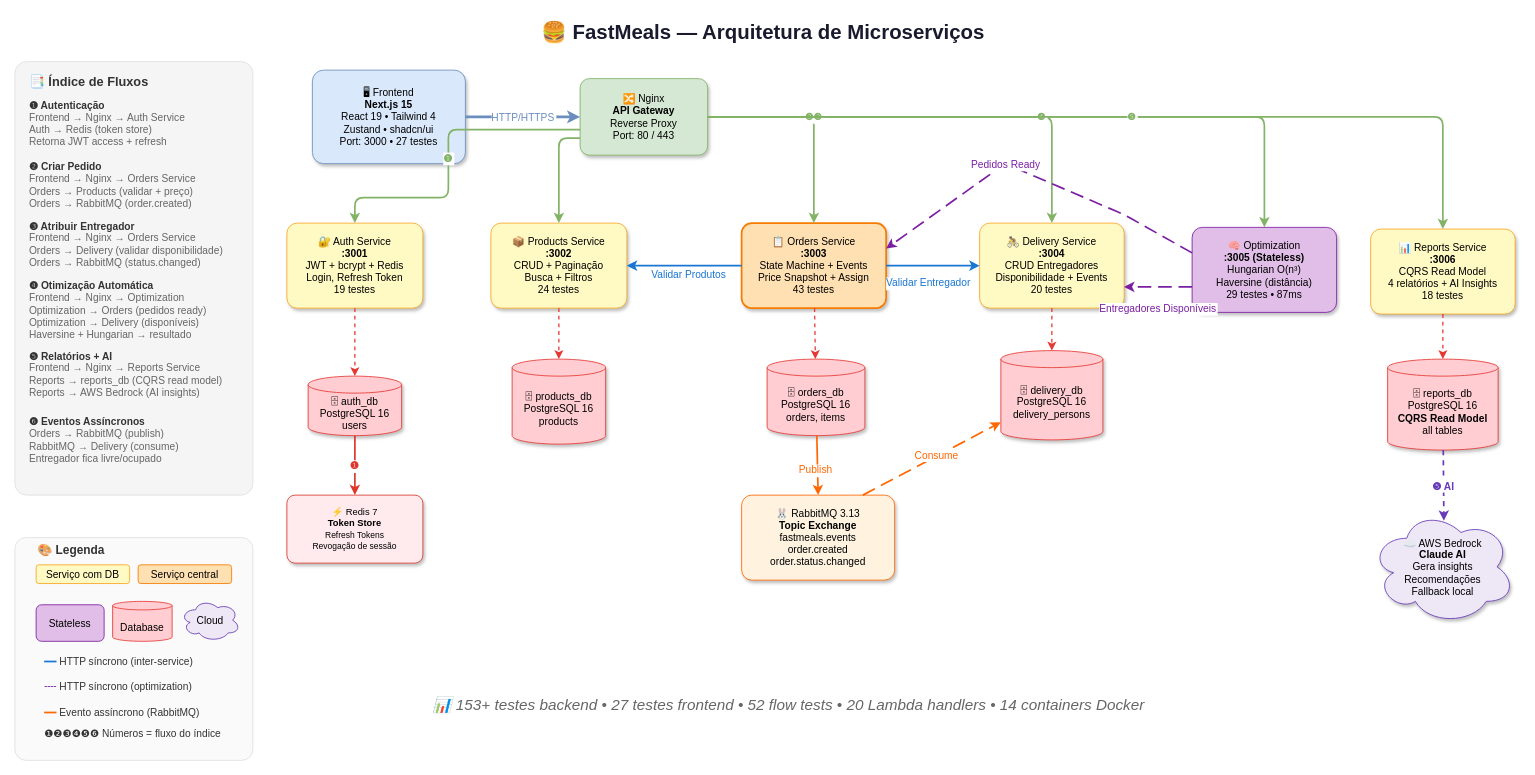
The draw.io diagram docs/diagrams/xml/01-architecture-overview.drawio in vynnydev/fastmeals, before the edit. Source tidied: cells renumbered, new cells numbered last; positions are measured from the earlier drawing's top-left corner, leaving out a move shared by most shapes. Both pictures are drawn from the tidied source at 85%, with x=0, y=0 at pixel (14, 14).
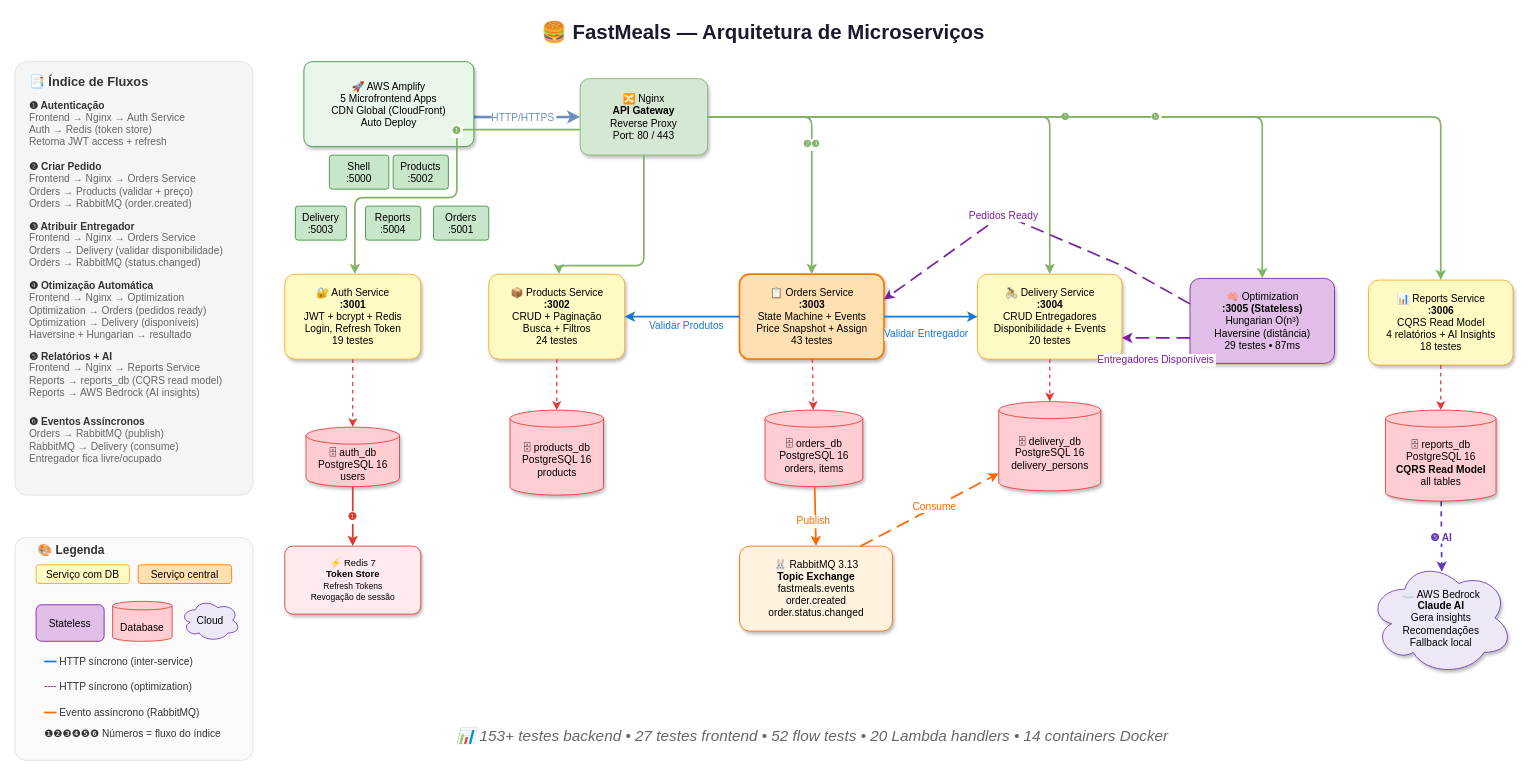
Above is the later version.

Commit message (it also covers changes not shown here):
docs: update general architecture image and add microservices image

Unchanged cells that the change refers to:
```xml
<mxCell id="12" value="&lt;font&gt;🔀 Nginx&lt;br&gt;&lt;b style=&quot;&quot;&gt;API Gateway&lt;/b&gt;&lt;br&gt;&lt;font style=&quot;&quot;&gt;Reverse Proxy&lt;br&gt;Port: 80 / 443&lt;/font&gt;&lt;/font&gt;" style="rounded=1;whiteSpace=wrap;html=1;fillColor=#d5e8d4;strokeColor=#82b366;fontSize=12;shadow=1;arcSize=12;" parent="1" vertex="1">
  <mxGeometry x="665" y="75" width="150" height="90" as="geometry" />
</mxCell>
```

What changed in the source:
```diff
@@
-    <mxCell id="11" value="&lt;font&gt;🖥 Frontend&lt;br&gt;&lt;b style=&quot;&quot;&gt;Next.js 15&lt;/b&gt;&lt;br&gt;&lt;font style=&quot;&quot;&gt;React 19 • Tailwind 4&lt;br&gt;Zustand • shadcn/ui&lt;br&gt;Port: 3000 • 27 testes&lt;/font&gt;&lt;/font&gt;" style="rounded=1;whiteSpace=wrap;html=1;fillColor=#dae8fc;strokeColor=#6c8ebf;fontSize=12;shadow=1;arcSize=12;" parent="1" vertex="1">
-      <mxGeometry x="350" y="65" width="180" height="110" as="geometry" />
-    </mxCell>
@@
-    <mxCell id="13" value="HTTP/HTTPS" style="edgeStyle=orthogonalEdgeStyle;rounded=1;strokeColor=#6c8ebf;strokeWidth=3;fontSize=12;fontColor=#6c8ebf;" parent="1" edge="1" source="11" target="12">
-      <mxGeometry relative="1" as="geometry" />
+    <mxCell id="13" value="HTTP/HTTPS" style="edgeStyle=orthogonalEdgeStyle;rounded=1;strokeColor=#6c8ebf;strokeWidth=3;fontSize=12;fontColor=#6c8ebf;" parent="1" edge="1" target="12">
+      <mxGeometry relative="1" as="geometry">
+        <mxPoint x="530" y="120" as="sourcePoint" />
+      </mxGeometry>
     </mxCell>
     <mxCell id="14" value="&lt;font&gt;🔐 Auth Service&lt;br&gt;&lt;b style=&quot;&quot;&gt;:3001&lt;/b&gt;&lt;br&gt;&lt;font style=&quot;&quot;&gt;JWT + bcrypt + Redis&lt;br&gt;Login, Refresh Token&lt;br&gt;19 testes&lt;/font&gt;&lt;/font&gt;" style="rounded=1;whiteSpace=wrap;html=1;fillColor=#FFF9C4;strokeColor=#F9A825;fontSize=12;shadow=1;arcSize=12;" parent="1" vertex="1">
-      <mxGeometry x="320" y="245" width="160" height="100" as="geometry" />
+      <mxGeometry x="317.5" y="305" width="160" height="100" as="geometry" />
     </mxCell>
     <mxCell id="15" value="&lt;font&gt;📦 Products Service&lt;br&gt;&lt;b style=&quot;&quot;&gt;:3002&lt;/b&gt;&lt;br&gt;&lt;font style=&quot;&quot;&gt;CRUD + Paginação&lt;br&gt;Busca + Filtros&lt;br&gt;24 testes&lt;/font&gt;&lt;/font&gt;" style="rounded=1;whiteSpace=wrap;html=1;fillColor=#FFF9C4;strokeColor=#F9A825;fontSize=12;shadow=1;arcSize=12;" parent="1" vertex="1">
-      <mxGeometry x="560" y="245" width="160" height="100" as="geometry" />
+      <mxGeometry x="557.5" y="305" width="160" height="100" as="geometry" />
     </mxCell>
     <mxCell id="16" value="&lt;font&gt;📋 Orders Service&lt;br&gt;&lt;b style=&quot;&quot;&gt;:3003&lt;/b&gt;&lt;br&gt;&lt;font style=&quot;&quot;&gt;State Machine + Events&lt;br&gt;Price Snapshot + Assign&lt;br&gt;43 testes&lt;/font&gt;&lt;/font&gt;" style="rounded=1;whiteSpace=wrap;html=1;fillColor=#FFE0B2;strokeColor=#F57C00;fontSize=12;shadow=1;arcSize=12;strokeWidth=2;" parent="1" vertex="1">
-      <mxGeometry x="855" y="245" width="170" height="100" as="geometry" />
+      <mxGeometry x="852.5" y="305" width="170" height="100" as="geometry" />
     </mxCell>
     <mxCell id="17" value="&lt;font&gt;🚴 Delivery Service&lt;br&gt;&lt;b style=&quot;&quot;&gt;:3004&lt;/b&gt;&lt;br&gt;&lt;font style=&quot;&quot;&gt;CRUD Entregadores&lt;br&gt;Disponibilidade + Events&lt;br&gt;20 testes&lt;/font&gt;&lt;/font&gt;" style="rounded=1;whiteSpace=wrap;html=1;fillColor=#FFF9C4;strokeColor=#F9A825;fontSize=12;shadow=1;arcSize=12;" parent="1" vertex="1">
-      <mxGeometry x="1135" y="245" width="170" height="100" as="geometry" />
+      <mxGeometry x="1132.5" y="305" width="170" height="100" as="geometry" />
     </mxCell>
     <mxCell id="18" value="&lt;font&gt;🧠 Optimization&lt;br&gt;&lt;b style=&quot;&quot;&gt;:3005 (Stateless)&lt;/b&gt;&lt;br&gt;&lt;font style=&quot;&quot;&gt;Hungarian O(n³)&lt;br&gt;Haversine (distância)&lt;br&gt;29 testes • 87ms&lt;/font&gt;&lt;/font&gt;" style="rounded=1;whiteSpace=wrap;html=1;fillColor=#E1BEE7;strokeColor=#7B1FA2;fontSize=12;shadow=1;arcSize=12;" parent="1" vertex="1">
-      <mxGeometry x="1385" y="250" width="170" height="100" as="geometry" />
+      <mxGeometry x="1382.5" y="310" width="170" height="100" as="geometry" />
     </mxCell>
     <mxCell id="19" value="&lt;font&gt;📊 Reports Service&lt;br&gt;&lt;b style=&quot;&quot;&gt;:3006&lt;/b&gt;&lt;br&gt;&lt;font style=&quot;&quot;&gt;CQRS Read Model&lt;br&gt;4 relatórios + AI Insights&lt;br&gt;18 testes&lt;/font&gt;&lt;/font&gt;" style="rounded=1;whiteSpace=wrap;html=1;fillColor=#FFF9C4;strokeColor=#F9A825;fontSize=12;shadow=1;arcSize=12;" parent="1" vertex="1">
-      <mxGeometry x="1595" y="252" width="170" height="100" as="geometry" />
+      <mxGeometry x="1592.5" y="312" width="170" height="100" as="geometry" />
     </mxCell>
-    <mxCell id="20" value="❶" style="edgeStyle=orthogonalEdgeStyle;rounded=1;strokeColor=#82b366;strokeWidth=2;fontSize=12;fontColor=#82b366;fontStyle=1;" parent="1" edge="1" source="12" target="14">
-      <mxGeometry relative="1" as="geometry">
-        <Array as="points">
-          <mxPoint x="510" y="135" />
-          <mxPoint x="510" y="215" />
-          <mxPoint x="400" y="215" />
-        </Array>
-      </mxGeometry>
-    </mxCell>
-    <mxCell id="21" style="edgeStyle=orthogonalEdgeStyle;rounded=1;strokeColor=#82b366;strokeWidth=2;" parent="1" edge="1" source="12" target="15">
+    <mxCell id="21" style="edgeStyle=orthogonalEdgeStyle;rounded=1;strokeColor=#82b366;strokeWidth=2;exitX=0.5;exitY=1;exitDx=0;exitDy=0;" parent="1" edge="1" source="12" target="15">
       <mxGeometry relative="1" as="geometry">
         <Array as="points">
-          <mxPoint x="640" y="145" />
+          <mxPoint x="740" y="295" />
+          <mxPoint x="640" y="295" />
         </Array>
       </mxGeometry>
     </mxCell>
@@
     <mxCell id="26" value="Validar Produtos" style="edgeStyle=orthogonalEdgeStyle;rounded=1;strokeColor=#1976D2;strokeWidth=2;fontSize=12;fontColor=#1976D2;exitX=0;exitY=0.5;" parent="1" edge="1" source="16">
       <mxGeometry x="-0.08" y="10" relative="1" as="geometry">
-        <mxPoint x="720" y="295" as="targetPoint" />
+        <mxPoint x="717.5" y="355" as="targetPoint" />
       </mxGeometry>
     </mxCell>
@@
     <mxCell id="28" value="Pedidos Ready" style="rounded=1;strokeColor=#7B1FA2;strokeWidth=2;dashed=1;dashPattern=8 4;fontSize=12;fontColor=#7B1FA2;exitX=0;exitY=0.3;entryX=1;entryY=0.3;" parent="1" edge="1" source="18" target="16">
       <mxGeometry x="0.17" relative="1" as="geometry">
         <Array as="points">
-          <mxPoint x="1305" y="235" />
-          <mxPoint x="1165" y="175" />
+          <mxPoint x="1302.5" y="295" />
+          <mxPoint x="1162.5" y="235" />
         </Array>
       </mxGeometry>
     </mxCell>
@@
     <mxCell id="30" value="🗄 auth_db&lt;br&gt;&lt;font&gt;PostgreSQL 16&lt;br&gt;users&lt;/font&gt;" style="shape=cylinder3;whiteSpace=wrap;html=1;boundedLbl=1;backgroundOutline=1;size=10;fillColor=#FFCDD2;strokeColor=#E53935;fontSize=12;shadow=1;" parent="1" vertex="1">
-      <mxGeometry x="345" y="425" width="110" height="70" as="geometry" />
+      <mxGeometry x="342.5" y="485" width="110" height="70" as="geometry" />
     </mxCell>
     <mxCell id="31" value="🗄 products_db&lt;br&gt;&lt;font&gt;PostgreSQL 16&lt;br&gt;products&lt;/font&gt;" style="shape=cylinder3;whiteSpace=wrap;html=1;boundedLbl=1;backgroundOutline=1;size=10;fillColor=#FFCDD2;strokeColor=#E53935;fontSize=12;shadow=1;" parent="1" vertex="1">
-      <mxGeometry x="585" y="405" width="110" height="100" as="geometry" />
+      <mxGeometry x="582.5" y="465" width="110" height="100" as="geometry" />
     </mxCell>
     <mxCell id="32" value="🗄 orders_db&lt;br&gt;&lt;font&gt;PostgreSQL 16&lt;br&gt;orders, items&lt;/font&gt;" style="shape=cylinder3;whiteSpace=wrap;html=1;boundedLbl=1;backgroundOutline=1;size=10;fillColor=#FFCDD2;strokeColor=#E53935;fontSize=12;shadow=1;" parent="1" vertex="1">
-      <mxGeometry x="885" y="405" width="115" height="90" as="geometry" />
+      <mxGeometry x="882.5" y="465" width="115" height="90" as="geometry" />
     </mxCell>
     <mxCell id="33" value="🗄 delivery_db&lt;br&gt;&lt;font&gt;PostgreSQL 16&lt;br&gt;delivery_persons&lt;/font&gt;" style="shape=cylinder3;whiteSpace=wrap;html=1;boundedLbl=1;backgroundOutline=1;size=10;fillColor=#FFCDD2;strokeColor=#E53935;fontSize=12;shadow=1;" parent="1" vertex="1">
-      <mxGeometry x="1160" y="395" width="120" height="105" as="geometry" />
+      <mxGeometry x="1157.5" y="455" width="120" height="105" as="geometry" />
     </mxCell>
     <mxCell id="34" value="🗄 reports_db&lt;br&gt;&lt;font&gt;PostgreSQL 16&lt;br&gt;&lt;b&gt;CQRS Read Model&lt;/b&gt;&lt;br&gt;all tables&lt;/font&gt;" style="shape=cylinder3;whiteSpace=wrap;html=1;boundedLbl=1;backgroundOutline=1;size=10;fillColor=#FFCDD2;strokeColor=#E53935;fontSize=12;shadow=1;" parent="1" vertex="1">
-      <mxGeometry x="1615" y="405" width="130" height="107" as="geometry" />
+      <mxGeometry x="1612.5" y="465" width="130" height="107" as="geometry" />
     </mxCell>
@@
     <mxCell id="36" style="rounded=1;strokeColor=#E53935;strokeWidth=1.5;dashed=1;" parent="1" edge="1" target="31">
       <mxGeometry relative="1" as="geometry">
-        <mxPoint x="640" y="345" as="sourcePoint" />
+        <mxPoint x="637.5" y="405" as="sourcePoint" />
       </mxGeometry>
     </mxCell>
@@
     <mxCell id="40" value="⚡ Redis 7&lt;br&gt;&lt;b&gt;Token Store&lt;/b&gt;&lt;br&gt;&lt;font style=&quot;font-size:10px&quot;&gt;Refresh Tokens&lt;br&gt;Revogação de sessão&lt;/font&gt;" style="rounded=1;whiteSpace=wrap;html=1;fillColor=#FFEBEE;strokeColor=#DC382D;fontSize=11;shadow=1;arcSize=12;" parent="1" vertex="1">
-      <mxGeometry x="320" y="565" width="160" height="80" as="geometry" />
+      <mxGeometry x="317.5" y="625" width="160" height="80" as="geometry" />
     </mxCell>
@@
     <mxCell id="42" value="🐰 RabbitMQ 3.13&lt;br&gt;&lt;b&gt;Topic Exchange&lt;/b&gt;&lt;br&gt;&lt;font&gt;fastmeals.events&lt;br&gt;order.created&lt;br&gt;order.status.changed&lt;/font&gt;" style="rounded=1;whiteSpace=wrap;html=1;fillColor=#FFF3E0;strokeColor=#FF6600;fontSize=12;shadow=1;arcSize=12;" parent="1" vertex="1">
-      <mxGeometry x="855" y="565" width="180" height="100" as="geometry" />
+      <mxGeometry x="852.5" y="625" width="180" height="100" as="geometry" />
     </mxCell>
@@
     <mxCell id="44" value="Consume" style="rounded=1;strokeColor=#FF6600;strokeWidth=2;dashed=1;dashPattern=8 4;fontSize=12;fontColor=#FF6600;" parent="1" edge="1" target="33">
       <mxGeometry x="0.08" y="1" relative="1" as="geometry">
-        <mxPoint x="997.6" y="565" as="sourcePoint" />
+        <mxPoint x="995.1" y="625" as="sourcePoint" />
       </mxGeometry>
     </mxCell>
     <mxCell id="45" value="☁️ AWS Bedrock&lt;br&gt;&lt;b&gt;Claude AI&lt;/b&gt;&lt;br&gt;&lt;font&gt;Gera insights&lt;br&gt;Recomendações&lt;br&gt;Fallback local&lt;/font&gt;" style="shape=cloud;whiteSpace=wrap;html=1;fillColor=#EDE7F6;strokeColor=#673AB7;fontSize=12;shadow=1;" parent="1" vertex="1">
-      <mxGeometry x="1595" y="582" width="170" height="135" as="geometry" />
+      <mxGeometry x="1592.5" y="642" width="170" height="135" as="geometry" />
     </mxCell>
@@
     <mxCell id="58" value="📊 153+ testes backend • 27 testes frontend • 52 flow tests • 20 Lambda handlers • 14 containers Docker" style="text;html=1;fontSize=18;align=center;fillColor=none;strokeColor=none;fontColor=#666;fontStyle=2;" parent="1" vertex="1">
-      <mxGeometry x="510" y="795" width="800" height="25" as="geometry" />
+      <mxGeometry x="537.5" y="832" width="800" height="25" as="geometry" />
     </mxCell>
+    <mxCell id="59" value="🚀 AWS Amplify&#10;5 Microfrontend Apps&#10;CDN Global (CloudFront)&#10;Auto Deploy" style="rounded=1;fillColor=#E8F5E9;strokeColor=#388E3C;fontSize=12;shadow=1;arcSize=10;" parent="1" vertex="1">
+      <mxGeometry x="340" y="55" width="200" height="100" as="geometry" />
+    </mxCell>
+    <mxCell id="60" value="Shell&#10;:5000" style="rounded=1;fillColor=#C8E6C9;strokeColor=#388E3C;fontSize=12;shadow=0;arcSize=8;" parent="1" vertex="1">
+      <mxGeometry x="370" y="165" width="70" height="40" as="geometry" />
+    </mxCell>
+    <mxCell id="61" value="Orders&#10;:5001" style="rounded=1;fillColor=#C8E6C9;strokeColor=#388E3C;fontSize=12;shadow=0;arcSize=8;" parent="1" vertex="1">
+      <mxGeometry x="492.5" y="225" width="65" height="40" as="geometry" />
+    </mxCell>
+    <mxCell id="62" value="Products&#10;:5002" style="rounded=1;fillColor=#C8E6C9;strokeColor=#388E3C;fontSize=12;shadow=0;arcSize=8;" parent="1" vertex="1">
+      <mxGeometry x="445" y="165" width="65" height="40" as="geometry" />
+    </mxCell>
+    <mxCell id="63" value="Delivery&#10;:5003" style="rounded=1;fillColor=#C8E6C9;strokeColor=#388E3C;fontSize=12;shadow=0;arcSize=8;" parent="1" vertex="1">
+      <mxGeometry x="330" y="225" width="60" height="40" as="geometry" />
+    </mxCell>
+    <mxCell id="64" value="Reports&#10;:5004" style="rounded=1;fillColor=#C8E6C9;strokeColor=#388E3C;fontSize=12;shadow=0;arcSize=8;" parent="1" vertex="1">
+      <mxGeometry x="412.5" y="225" width="65" height="40" as="geometry" />
+    </mxCell>
+    <mxCell id="20" value="❶" style="edgeStyle=orthogonalEdgeStyle;rounded=1;strokeColor=#82b366;strokeWidth=2;fontSize=12;fontColor=#82b366;fontStyle=1;" parent="1" edge="1" source="12" target="14">
+      <mxGeometry x="-0.33" relative="1" as="geometry">
+        <Array as="points">
+          <mxPoint x="520" y="135" />
+          <mxPoint x="520" y="215" />
+          <mxPoint x="400" y="215" />
+        </Array>
+      </mxGeometry>
+    </mxCell>
```
